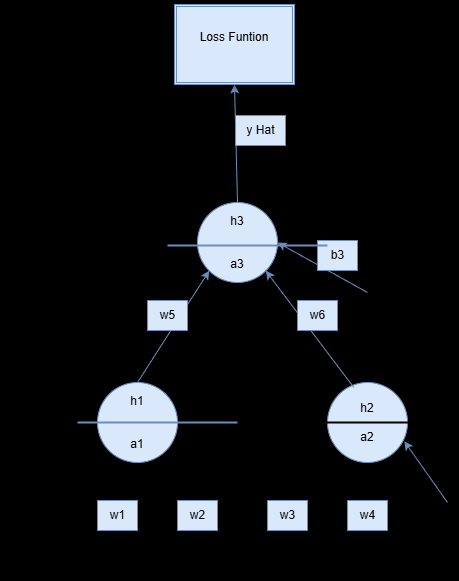
Earlier version of the draw.io export FF.drawio.png (Nasir499/FeedForward-Network). Source tidied: cells renumbered, new cells last; positions are measured from the earlier drawing's top-left corner, leaving out a move shared by most shapes.
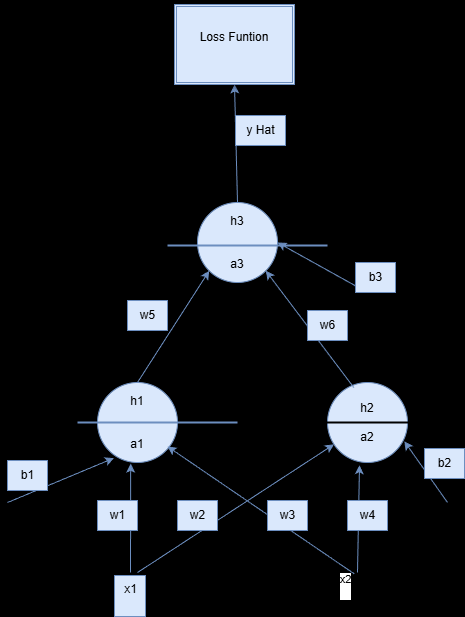
Above is the later version.

Commit message:
Updated drawing file (Background color changed of text and line)

Change to the diagram source:
```diff
@@ -11,31 +11,37 @@
     <mxCell id="4" value="&lt;div&gt;h3&lt;/div&gt;&lt;div&gt;&lt;br&gt;&lt;/div&gt;&lt;div&gt;&lt;br&gt;&lt;/div&gt;&lt;div&gt;a3&lt;/div&gt;" style="ellipse;whiteSpace=wrap;html=1;fillColor=#dae8fc;strokeColor=#6c8ebf;" parent="1" vertex="1">
       <mxGeometry x="190" y="198" width="80" height="80" as="geometry" />
     </mxCell>
-    <mxCell id="5" style="edgeStyle=none;jettySize=auto;html=1;entryX=0.205;entryY=0.945;entryDx=0;entryDy=0;entryPerimeter=0;" parent="1" edge="1" target="2">
+    <mxCell id="5" style="edgeStyle=none;jettySize=auto;html=1;entryX=0.205;entryY=0.945;entryDx=0;entryDy=0;entryPerimeter=0;fillColor=#dae8fc;strokeColor=#6c8ebf;" parent="1" edge="1" target="2">
       <mxGeometry relative="1" as="geometry">
         <mxPoint y="498" as="sourcePoint" />
       </mxGeometry>
     </mxCell>
-    <mxCell id="6" style="edgeStyle=none;jettySize=auto;html=1;entryX=0.415;entryY=1.015;entryDx=0;entryDy=0;entryPerimeter=0;" parent="1" edge="1" target="2">
+    <mxCell id="6" style="edgeStyle=none;jettySize=auto;html=1;entryX=0.415;entryY=1.015;entryDx=0;entryDy=0;entryPerimeter=0;fillColor=#dae8fc;strokeColor=#6c8ebf;" parent="1" edge="1" target="2">
       <mxGeometry relative="1" as="geometry">
         <mxPoint x="123" y="568" as="sourcePoint" />
       </mxGeometry>
     </mxCell>
-    <mxCell id="7" style="edgeStyle=none;jettySize=auto;html=1;" parent="1" edge="1" target="3">
+    <mxCell id="7" style="edgeStyle=none;jettySize=auto;html=1;fillColor=#dae8fc;strokeColor=#6c8ebf;" parent="1" edge="1" target="3">
       <mxGeometry relative="1" as="geometry">
         <mxPoint x="130" y="568" as="sourcePoint" />
       </mxGeometry>
     </mxCell>
-    <mxCell id="8" style="edgeStyle=none;jettySize=auto;html=1;entryX=0.4;entryY=1.035;entryDx=0;entryDy=0;entryPerimeter=0;" parent="1" edge="1" target="3">
+    <mxCell id="8" style="edgeStyle=none;jettySize=auto;html=1;entryX=0.4;entryY=1.035;entryDx=0;entryDy=0;entryPerimeter=0;fillColor=#dae8fc;strokeColor=#6c8ebf;" parent="1" edge="1" target="3">
       <mxGeometry relative="1" as="geometry">
         <mxPoint x="350" y="568" as="sourcePoint" />
       </mxGeometry>
     </mxCell>
-    <mxCell id="9" style="edgeStyle=none;jettySize=auto;html=1;" parent="1" edge="1" target="2">
+    <mxCell id="9" style="edgeStyle=none;orthogonalLoop=1;jettySize=auto;html=1;fillColor=#dae8fc;strokeColor=#6c8ebf;" parent="1" edge="1">
       <mxGeometry relative="1" as="geometry">
-        <mxPoint x="350" y="568" as="sourcePoint" />
+        <mxPoint x="346.9" y="569.5" as="sourcePoint" />
+        <mxPoint x="160" y="442" as="targetPoint" />
       </mxGeometry>
     </mxCell>
+    <mxCell id="29" value="x2&lt;div&gt;&lt;br&gt;&lt;/div&gt;" style="edgeLabel;html=1;align=center;verticalAlign=middle;" parent="9" vertex="1">
+      <mxGeometry x="-0.79" y="-3" relative="1" as="geometry">
+        <mxPoint x="8" y="28" as="offset" />
+      </mxGeometry>
+    </mxCell>
     <mxCell id="10" style="edgeStyle=none;jettySize=auto;html=1;entryX=0;entryY=1;entryDx=0;entryDy=0;exitX=0.5;exitY=0;exitDx=0;exitDy=0;fillColor=#dae8fc;strokeColor=#6c8ebf;" parent="1" edge="1" source="2" target="4">
       <mxGeometry relative="1" as="geometry" />
     </mxCell>
@@ -53,12 +59,12 @@
       </mxGeometry>
     </mxCell>
     <mxCell id="14" value="b3" style="text;html=1;align=center;verticalAlign=middle;fillColor=#dae8fc;strokeColor=#6c8ebf;" parent="1" vertex="1">
-      <mxGeometry x="310" y="236" width="40" height="30" as="geometry" />
+      <mxGeometry x="348" y="258" width="40" height="30" as="geometry" />
     </mxCell>
-    <mxCell id="15" value="b2" style="text;html=1;align=center;verticalAlign=middle;strokeColor=none;fillColor=none;" parent="1" vertex="1">
-      <mxGeometry x="410" y="436" width="40" height="30" as="geometry" />
+    <mxCell id="15" value="b2" style="text;html=1;align=center;verticalAlign=middle;strokeColor=#6c8ebf;fillColor=#dae8fc;" parent="1" vertex="1">
+      <mxGeometry x="417" y="444" width="40" height="30" as="geometry" />
     </mxCell>
-    <mxCell id="16" value="b1" style="text;html=1;align=center;verticalAlign=middle;strokeColor=none;fillColor=none;" parent="1" vertex="1">
+    <mxCell id="16" value="b1" style="text;html=1;align=center;verticalAlign=middle;strokeColor=#6c8ebf;fillColor=#dae8fc;" parent="1" vertex="1">
       <mxGeometry y="456" width="40" height="30" as="geometry" />
     </mxCell>
     <mxCell id="17" value="w1" style="text;html=1;align=center;verticalAlign=middle;fillColor=#dae8fc;strokeColor=#6c8ebf;" parent="1" vertex="1">
@@ -74,10 +80,10 @@
       <mxGeometry x="340" y="496" width="40" height="30" as="geometry" />
     </mxCell>
     <mxCell id="21" value="w5" style="text;html=1;align=center;verticalAlign=middle;fillColor=#dae8fc;strokeColor=#6c8ebf;" parent="1" vertex="1">
-      <mxGeometry x="140" y="296" width="40" height="30" as="geometry" />
+      <mxGeometry x="120" y="296" width="40" height="30" as="geometry" />
     </mxCell>
     <mxCell id="22" value="w6" style="text;html=1;align=center;verticalAlign=middle;fillColor=#dae8fc;strokeColor=#6c8ebf;" parent="1" vertex="1">
-      <mxGeometry x="290" y="296" width="40" height="30" as="geometry" />
+      <mxGeometry x="300" y="306" width="40" height="30" as="geometry" />
     </mxCell>
     <mxCell id="23" style="line;strokeWidth=2;html=1;" parent="1" vertex="1">
       <mxGeometry x="290" y="413" width="160" height="10" as="geometry" />
@@ -97,5 +103,8 @@
     <mxCell id="28" value="Loss Funtion&lt;div&gt;&lt;br&gt;&lt;/div&gt;" style="shape=ext;double=1;rounded=0;whiteSpace=wrap;html=1;shadow=1;fillColor=#dae8fc;strokeColor=#6c8ebf;" parent="1" vertex="1">
       <mxGeometry x="167" width="120" height="80" as="geometry" />
     </mxCell>
+    <mxCell id="30" value="x1&lt;div&gt;&lt;br&gt;&lt;/div&gt;" style="text;html=1;align=center;verticalAlign=middle;strokeColor=#6c8ebf;fillColor=#dae8fc;" parent="1" vertex="1">
+      <mxGeometry x="107" y="571" width="31" height="41" as="geometry" />
+    </mxCell>
   </root>
 </mxGraphModel>
```
